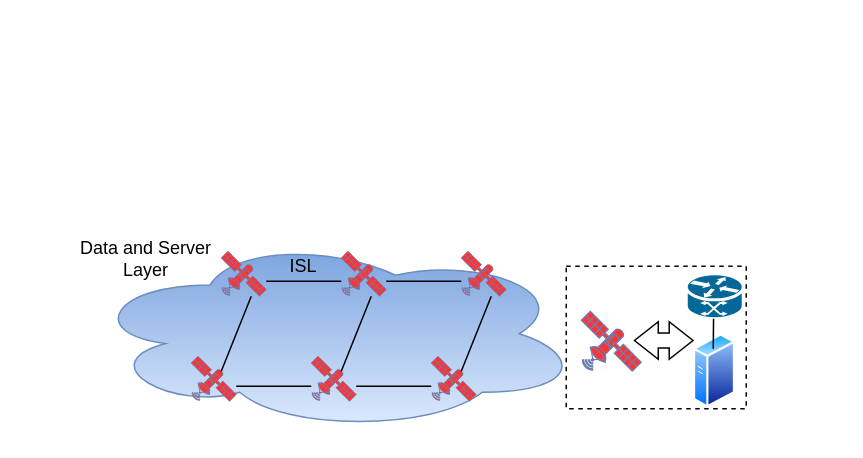
Before: Untitled Diagram.drawio in demenlee/demo, a draw.io diagram. Source tidied: cells renumbered, new cells numbered last; positions are measured from the earlier drawing's top-left corner, leaving out a move shared by most shapes. Both pictures are drawn from the tidied source at 150%, with x=0, y=0 at pixel (70, 236).
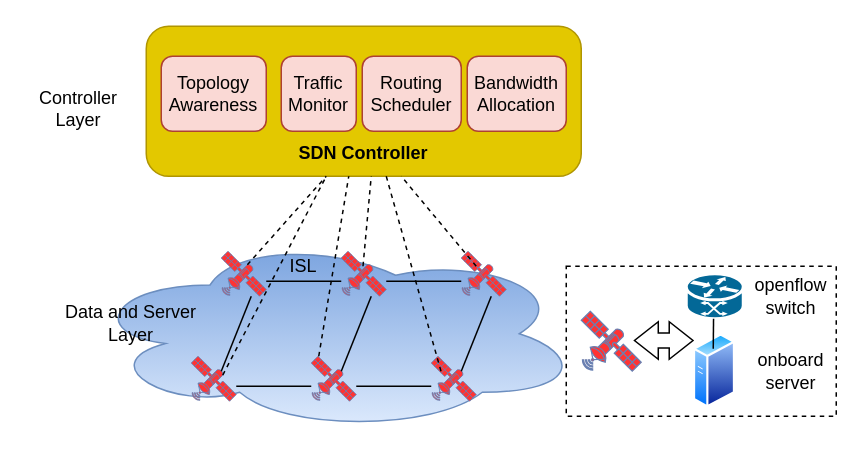
The same page after the edit.

Unchanged cells that the change refers to:
```xml
<mxCell id="3" style="fontColor=#0066CC;verticalAlign=top;verticalLabelPosition=bottom;labelPosition=center;align=center;html=1;outlineConnect=0;fillColor=#FF3333;strokeColor=#6881B3;gradientColor=none;gradientDirection=north;strokeWidth=2;shape=mxgraph.networks.satellite;" parent="1" vertex="1">
  <mxGeometry x="100" y="10" width="30" height="30" as="geometry" />
</mxCell>
<mxCell id="8" style="fontColor=#0066CC;verticalAlign=top;verticalLabelPosition=bottom;labelPosition=center;align=center;html=1;outlineConnect=0;fillColor=#FF3333;strokeColor=#6881B3;gradientColor=none;gradientDirection=north;strokeWidth=2;shape=mxgraph.networks.satellite;" parent="1" vertex="1">
  <mxGeometry x="80" y="80" width="30" height="30" as="geometry" />
</mxCell>
```

What changed in the source:
```diff
@@
     <mxCell id="16" value="Data and Server Layer" style="text;html=1;strokeColor=none;fillColor=none;align=center;verticalAlign=middle;whiteSpace=wrap;rounded=0;" parent="1" vertex="1">
-      <mxGeometry width="100" height="30" as="geometry" />
+      <mxGeometry x="-10" y="42.5" width="100" height="30" as="geometry" />
     </mxCell>
@@
     <mxCell id="22" style="rounded=0;whiteSpace=wrap;html=1;dashed=1;fillColor=none;gradientDirection=north;" parent="1" vertex="1">
-      <mxGeometry x="330" y="20" width="120" height="95" as="geometry" />
+      <mxGeometry x="330" y="20" width="180" height="100" as="geometry" />
     </mxCell>
@@
+    <mxCell id="24" value="openflow&lt;br&gt;switch" style="text;html=1;strokeColor=none;fillColor=none;align=center;verticalAlign=middle;whiteSpace=wrap;rounded=0;dashed=1;" parent="1" vertex="1">
+      <mxGeometry x="450" y="25" width="60" height="30" as="geometry" />
+    </mxCell>
+    <mxCell id="25" value="onboard&lt;br&gt;server" style="text;html=1;strokeColor=none;fillColor=none;align=center;verticalAlign=middle;whiteSpace=wrap;rounded=0;dashed=1;" parent="1" vertex="1">
+      <mxGeometry x="450" y="72.5" width="60" height="35" as="geometry" />
+    </mxCell>
+    <mxCell id="26" style="rounded=1;whiteSpace=wrap;html=1;fillColor=#e3c800;gradientDirection=north;strokeWidth=1;strokeColor=#B09500;fontColor=#000000;" parent="1" vertex="1">
+      <mxGeometry x="50" y="-140" width="290" height="100" as="geometry" />
+    </mxCell>
+    <mxCell id="27" style="endArrow=none;dashed=1;html=1;rounded=0;exitX=0.58;exitY=0.3;exitDx=0;exitDy=0;exitPerimeter=0;" parent="1" edge="1" source="3">
+      <mxGeometry relative="1" as="geometry">
+        <mxPoint x="170" y="-40" as="targetPoint" />
+      </mxGeometry>
+    </mxCell>
+    <mxCell id="28" style="endArrow=none;dashed=1;html=1;rounded=0;" parent="1" edge="1">
+      <mxGeometry relative="1" as="geometry">
+        <mxPoint x="270" y="20" as="sourcePoint" />
+        <mxPoint x="220" y="-40" as="targetPoint" />
+      </mxGeometry>
+    </mxCell>
+    <mxCell id="29" style="endArrow=none;dashed=1;html=1;rounded=0;" parent="1" edge="1">
+      <mxGeometry relative="1" as="geometry">
+        <mxPoint x="194.5" y="20" as="sourcePoint" />
+        <mxPoint x="200" y="-40" as="targetPoint" />
+      </mxGeometry>
+    </mxCell>
+    <mxCell id="30" style="endArrow=none;dashed=1;html=1;rounded=0;exitX=0.7;exitY=0.42;exitDx=0;exitDy=0;exitPerimeter=0;" parent="1" edge="1" source="8">
+      <mxGeometry relative="1" as="geometry">
+        <mxPoint x="170" y="-40" as="targetPoint" />
+      </mxGeometry>
+    </mxCell>
+    <mxCell id="31" style="endArrow=none;dashed=1;html=1;rounded=0;" parent="1" edge="1">
+      <mxGeometry relative="1" as="geometry">
+        <mxPoint x="165" y="80" as="sourcePoint" />
+        <mxPoint x="185" y="-40" as="targetPoint" />
+      </mxGeometry>
+    </mxCell>
+    <mxCell id="32" style="endArrow=none;dashed=1;html=1;rounded=0;" parent="1" edge="1">
+      <mxGeometry relative="1" as="geometry">
+        <mxPoint x="246.5" y="90" as="sourcePoint" />
+        <mxPoint x="210" y="-40" as="targetPoint" />
+      </mxGeometry>
+    </mxCell>
+    <mxCell id="33" value="Controller&lt;br&gt;Layer" style="text;html=1;strokeColor=none;fillColor=none;align=center;verticalAlign=middle;whiteSpace=wrap;rounded=0;" parent="1" vertex="1">
+      <mxGeometry x="-30" y="-100" width="70" height="30" as="geometry" />
+    </mxCell>
+    <mxCell id="34" value="&lt;b&gt;SDN Controller&lt;/b&gt;" style="text;html=1;strokeColor=none;fillColor=none;align=center;verticalAlign=middle;whiteSpace=wrap;rounded=0;" parent="1" vertex="1">
+      <mxGeometry x="145" y="-70" width="100" height="30" as="geometry" />
+    </mxCell>
+    <mxCell id="35" value="Routing&lt;br&gt;Scheduler" style="rounded=1;whiteSpace=wrap;html=1;strokeWidth=1;fillColor=#fad9d5;gradientDirection=north;strokeColor=#ae4132;" parent="1" vertex="1">
+      <mxGeometry x="194" y="-120" width="66" height="50" as="geometry" />
+    </mxCell>
+    <mxCell id="36" value="Traffic&lt;br&gt;Monitor" style="rounded=1;whiteSpace=wrap;html=1;strokeWidth=1;fillColor=#fad9d5;gradientDirection=north;strokeColor=#ae4132;" parent="1" vertex="1">
+      <mxGeometry x="140" y="-120" width="50" height="50" as="geometry" />
+    </mxCell>
+    <mxCell id="37" value="Topology&lt;br&gt;Awareness" style="rounded=1;whiteSpace=wrap;html=1;strokeWidth=1;fillColor=#fad9d5;gradientDirection=north;strokeColor=#ae4132;" parent="1" vertex="1">
+      <mxGeometry x="60" y="-120" width="70" height="50" as="geometry" />
+    </mxCell>
+    <mxCell id="38" value="Bandwidth&lt;br&gt;Allocation" style="rounded=1;whiteSpace=wrap;html=1;strokeWidth=1;fillColor=#fad9d5;gradientDirection=north;strokeColor=#ae4132;" parent="1" vertex="1">
+      <mxGeometry x="264" y="-120" width="66" height="50" as="geometry" />
+    </mxCell>
```
